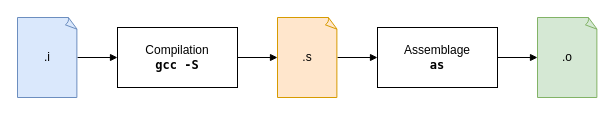
This is docs/assets/images/build.drawio from heig-tin-info/handbook, a draw.io file, before an edit. Source tidied: cells renumbered, new cells numbered last; positions are measured from the earlier drawing's top-left corner, leaving out a move shared by most shapes. Both pictures are drawn from the tidied source at 100%, with x=0, y=0 at pixel (17, 17).
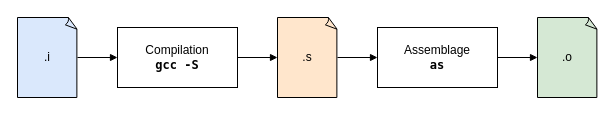
After the change.

Change to the diagram source:
```diff
@@
 <mxGraphModel>
   <root>
     <mxCell id="0" />
     <mxCell id="1" parent="0" />
     <mxCell id="2" style="vsdxID=78;edgeStyle=none;startArrow=none;endArrow=block;startSize=5;endSize=5;strokeColor=#000000;spacingTop=0;spacingBottom=0;spacingLeft=0;spacingRight=0;verticalAlign=middle;html=1;labelBackgroundColor=#ffffff;rounded=0;" parent="1" edge="1" source="10" target="8">
       <mxGeometry relative="1" as="geometry" />
     </mxCell>
     <mxCell id="3" style="vsdxID=77;edgeStyle=none;startArrow=none;endArrow=block;startSize=5;endSize=5;strokeColor=#000000;spacingTop=0;spacingBottom=0;spacingLeft=0;spacingRight=0;verticalAlign=middle;html=1;labelBackgroundColor=#ffffff;rounded=0;" parent="1" edge="1" source="7" target="10">
       <mxGeometry relative="1" as="geometry" />
     </mxCell>
     <mxCell id="4" style="vsdxID=60;edgeStyle=none;startArrow=none;endArrow=block;startSize=5;endSize=5;strokeColor=#000000;spacingTop=0;spacingBottom=0;spacingLeft=0;spacingRight=0;verticalAlign=middle;html=1;labelBackgroundColor=#ffffff;rounded=0;" parent="1" edge="1" source="9" target="7">
       <mxGeometry relative="1" as="geometry">
         <mxPoint x="-1" as="offset" />
       </mxGeometry>
     </mxCell>
     <mxCell id="5" style="vsdxID=59;edgeStyle=none;startArrow=none;endArrow=block;startSize=5;endSize=5;strokeColor=#000000;spacingTop=0;spacingBottom=0;spacingLeft=0;spacingRight=0;verticalAlign=middle;html=1;labelBackgroundColor=#ffffff;rounded=0;" parent="1" edge="1" source="6" target="9">
       <mxGeometry relative="1" as="geometry">
         <mxPoint x="-1" as="offset" />
       </mxGeometry>
     </mxCell>
-    <mxCell id="6" value=".i" style="whiteSpace=wrap;html=1;shape=mxgraph.basic.document;fillColor=#dae8fc;strokeColor=#6c8ebf;" parent="1" vertex="1">
+    <mxCell id="6" value=".i" style="whiteSpace=wrap;html=1;shape=mxgraph.basic.document;fillColor=#dae8fc;strokeColor=#000000;" parent="1" vertex="1">
       <mxGeometry width="60" height="80" as="geometry" />
     </mxCell>
-    <mxCell id="7" value=".s" style="whiteSpace=wrap;html=1;shape=mxgraph.basic.document;fillColor=#ffe6cc;strokeColor=#d79b00;" parent="1" vertex="1">
+    <mxCell id="7" value=".s" style="whiteSpace=wrap;html=1;shape=mxgraph.basic.document;fillColor=#ffe6cc;strokeColor=#000000;" parent="1" vertex="1">
       <mxGeometry x="260" width="60" height="80" as="geometry" />
     </mxCell>
-    <mxCell id="8" value=".o" style="whiteSpace=wrap;html=1;shape=mxgraph.basic.document;fillColor=#d5e8d4;strokeColor=#82b366;" parent="1" vertex="1">
+    <mxCell id="8" value=".o" style="whiteSpace=wrap;html=1;shape=mxgraph.basic.document;fillColor=#d5e8d4;strokeColor=#000000;" parent="1" vertex="1">
       <mxGeometry x="520" width="60" height="80" as="geometry" />
     </mxCell>
     <mxCell id="9" value="Compilation&lt;br&gt;&lt;font face=&quot;Lucida Console&quot;&gt;&lt;b&gt;gcc -S&lt;/b&gt;&lt;/font&gt;" style="rounded=0;whiteSpace=wrap;html=1;" parent="1" vertex="1">
       <mxGeometry x="100" y="10" width="120" height="60" as="geometry" />
     </mxCell>
     <mxCell id="10" value="Assemblage&lt;br&gt;&lt;font face=&quot;Lucida Console&quot;&gt;&lt;b&gt;as&lt;/b&gt;&lt;/font&gt;" style="rounded=0;whiteSpace=wrap;html=1;" parent="1" vertex="1">
       <mxGeometry x="360" y="10" width="120" height="60" as="geometry" />
     </mxCell>
   </root>
 </mxGraphModel>
```
